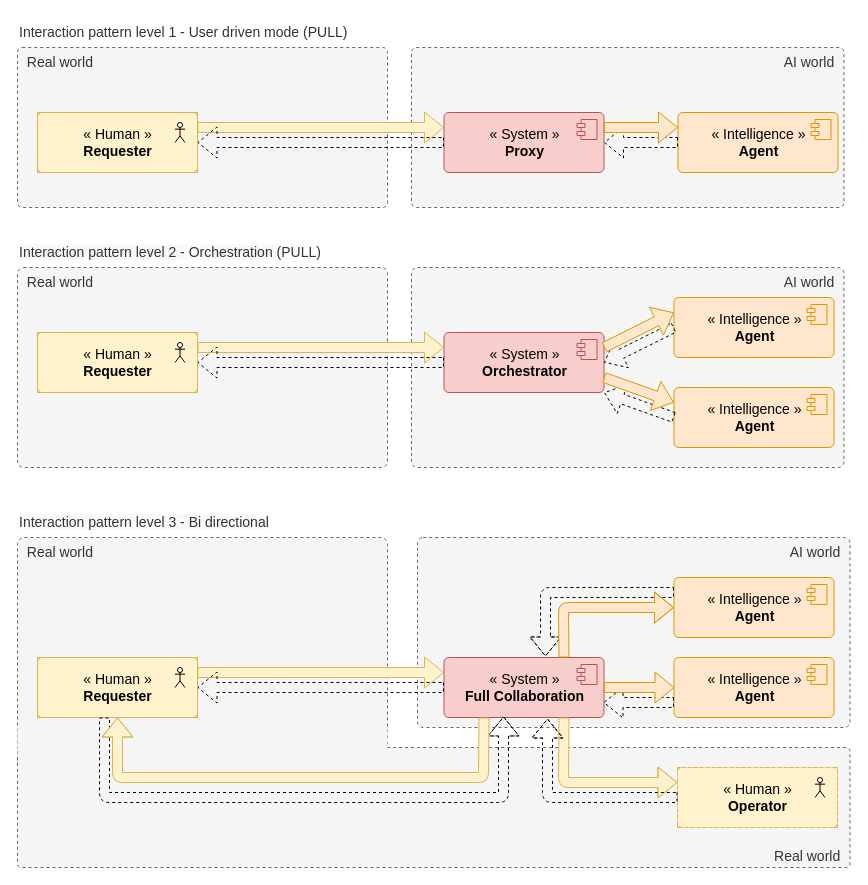
Before: _docs_/Interaction mode.drawio in frtu/agents-os, a draw.io diagram. Source tidied: cells renumbered, new cells numbered last; positions are measured from the earlier drawing's top-left corner, leaving out a move shared by most shapes. Both pictures are drawn from the tidied source at 100%, with x=0, y=0 at pixel (17, 17). Pictures stored in the file or linked from it are replaced by grey dashed boxes.
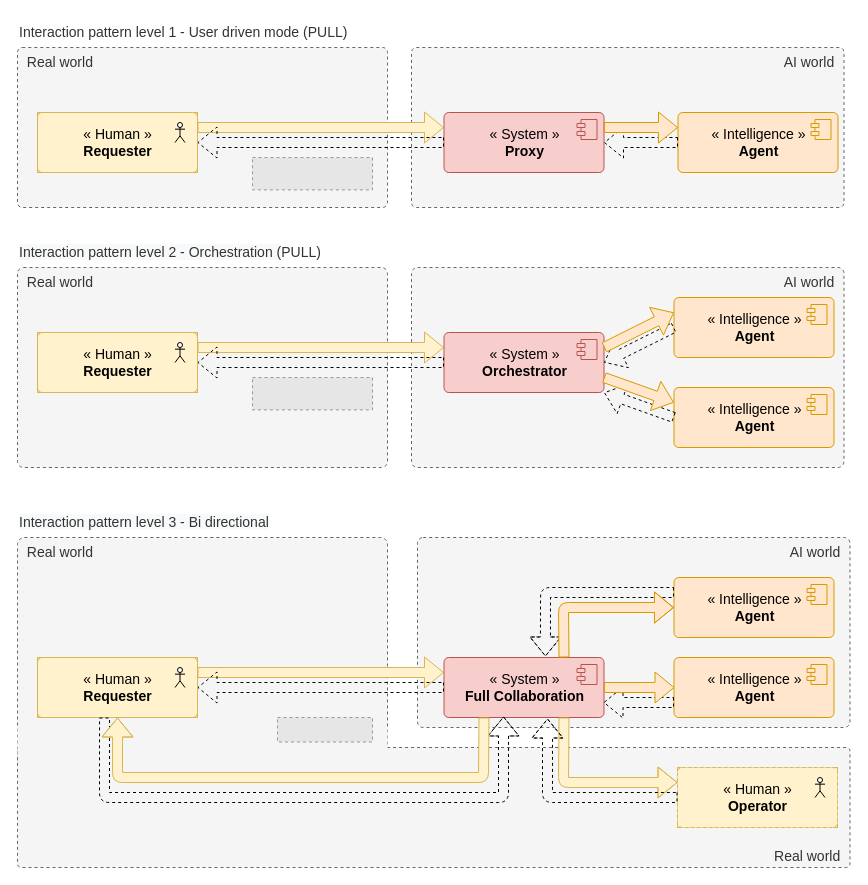
The same diagram, later.

What changed in the source:
```diff
@@
+    <mxCell id="61" style="fillColor=#E6E6E6;strokeColor=#999999;dashed=1;verticalLabelPosition=bottom;labelBackgroundColor=#ffffff;verticalAlign=top;" parent="1" vertex="1">
+      <mxGeometry x="260" y="700" width="95" height="24.5" as="geometry" />
+    </mxCell>
+    <mxCell id="62" style="fillColor=#E6E6E6;strokeColor=#999999;dashed=1;verticalLabelPosition=bottom;labelBackgroundColor=#ffffff;verticalAlign=top;" parent="1" vertex="1">
+      <mxGeometry x="235" y="360" width="120" height="32.4" as="geometry" />
+    </mxCell>
+    <mxCell id="63" style="fillColor=#E6E6E6;strokeColor=#999999;dashed=1;verticalLabelPosition=bottom;labelBackgroundColor=#ffffff;verticalAlign=top;" parent="1" vertex="1">
+      <mxGeometry x="235" y="140" width="120" height="32.4" as="geometry" />
+    </mxCell>
```
